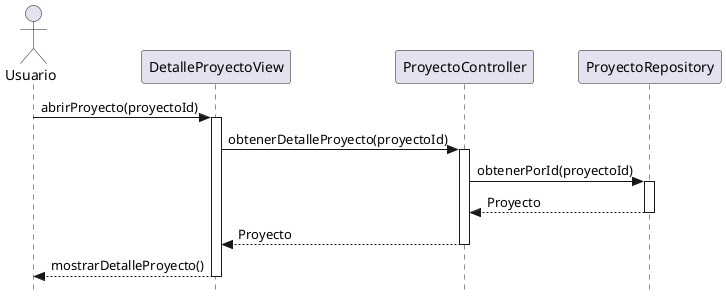
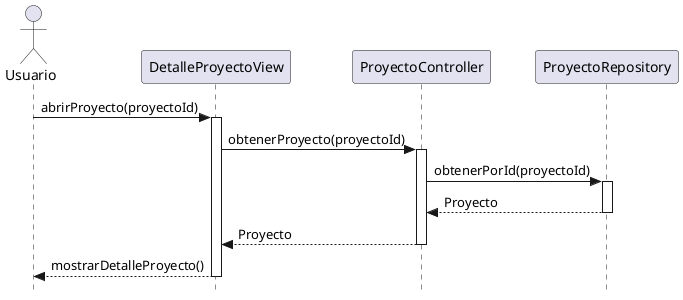
@startuml abrirProyecto-diseño
skinparam style strictuml

actor "Usuario" as user
participant "DetalleProyectoView" as view
participant "ProyectoController" as controller
participant "ProyectoRepository" as repo

user -> view : abrirProyecto(proyectoId)
activate view
- view -> controller : obtenerDetalleProyecto(proyectoId)
+ view -> controller : obtenerProyecto(proyectoId)
activate controller
controller -> repo : obtenerPorId(proyectoId)
activate repo
repo --> controller : Proyecto
deactivate repo
controller --> view : Proyecto
deactivate controller
view --> user : mostrarDetalleProyecto()
deactivate view
@enduml
